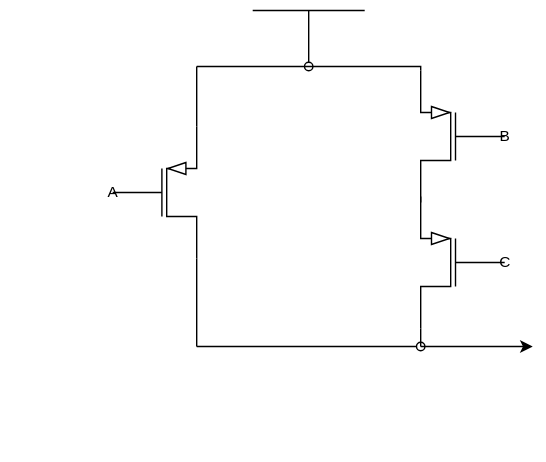
This is drawio/11_abstract.drawio.svg from cd-public/hw_asm, a draw.io export, as it was before one commit. Source tidied: cells renumbered, new cells last; positions are measured from the earlier drawing's top-left corner, leaving out a move shared by most shapes.
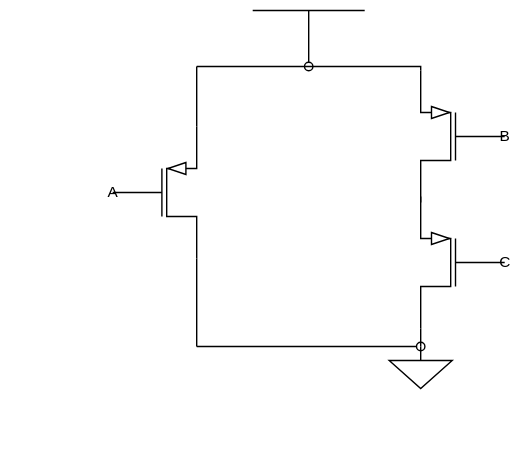
Above is the later version.

Diff of the diagram source:
```diff
@@ -52,12 +52,6 @@
         <mxPoint x="300" y="240" as="targetPoint" />
       </mxGeometry>
     </mxCell>
-    <mxCell id="12" style="endArrow=classic;html=1;rounded=0;defaultLabelBackgroundColor=gap;" parent="1" edge="1">
-      <mxGeometry relative="1" as="geometry">
-        <mxPoint x="300" y="240" as="sourcePoint" />
-        <mxPoint x="380" y="240" as="targetPoint" />
-      </mxGeometry>
-    </mxCell>
     <mxCell id="13" value="A" style="endArrow=none;html=1;rounded=0;defaultLabelBackgroundColor=gap;entryX=0;entryY=0.5;entryDx=0;entryDy=0;entryPerimeter=0;exitX=0;exitY=0.5;exitDx=0;exitDy=0;exitPerimeter=0;" parent="1" edge="1" source="5" target="5">
       <mxGeometry relative="1" as="geometry" />
     </mxCell>
@@ -75,5 +69,8 @@
         </Array>
       </mxGeometry>
     </mxCell>
+    <mxCell id="16" style="verticalLabelPosition=bottom;shadow=0;dashed=0;align=center;html=1;verticalAlign=top;shape=mxgraph.electrical.signal_sources.signal_ground;labelPerimeter=1;" parent="1" vertex="1">
+      <mxGeometry x="277.5" y="240" width="45" height="30" as="geometry" />
+    </mxCell>
   </root>
 </mxGraphModel>
```
